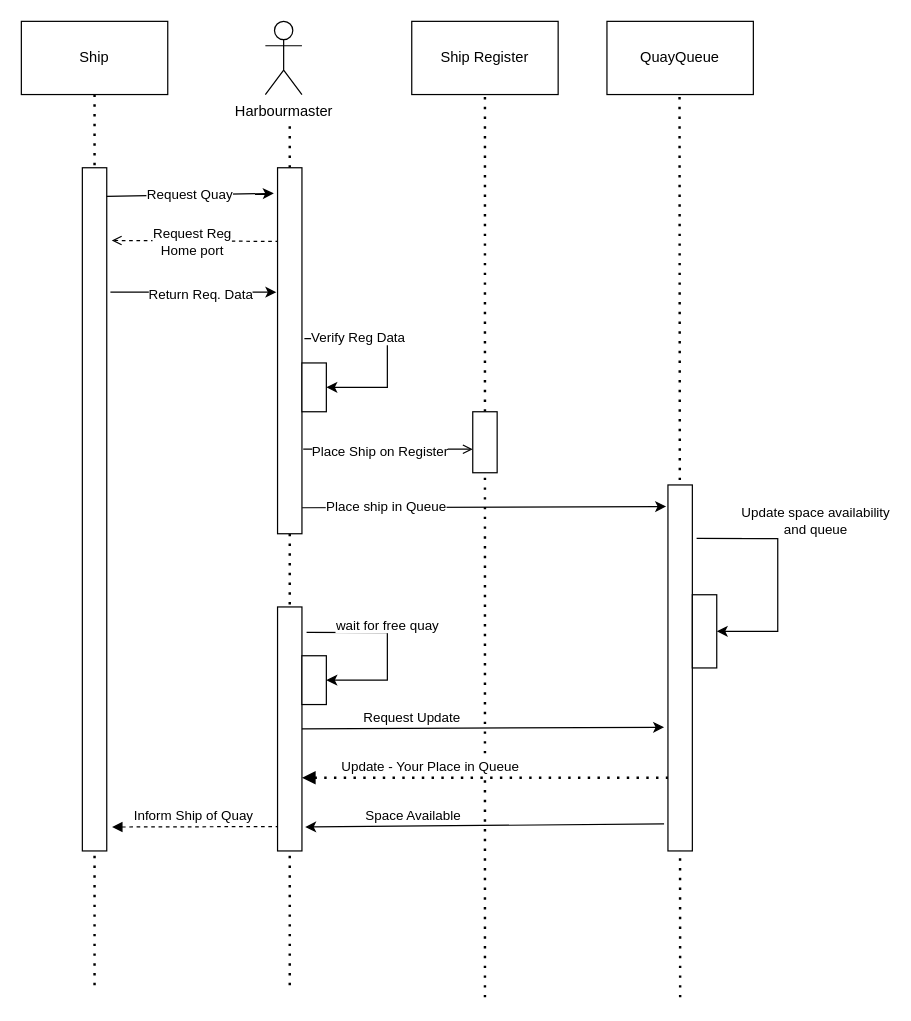
owenpmorgan/UML_diag_practice keeps this draw.io diagram as EE2010 Wk4 Sequence Diagram.drawio. Above is the earlier version. Source tidied: cells renumbered, new cells numbered last; positions are measured from the earlier drawing's top-left corner, leaving out a move shared by most shapes. Both pictures are drawn from the tidied source at 122%, with x=0, y=0 at pixel (21, 21).
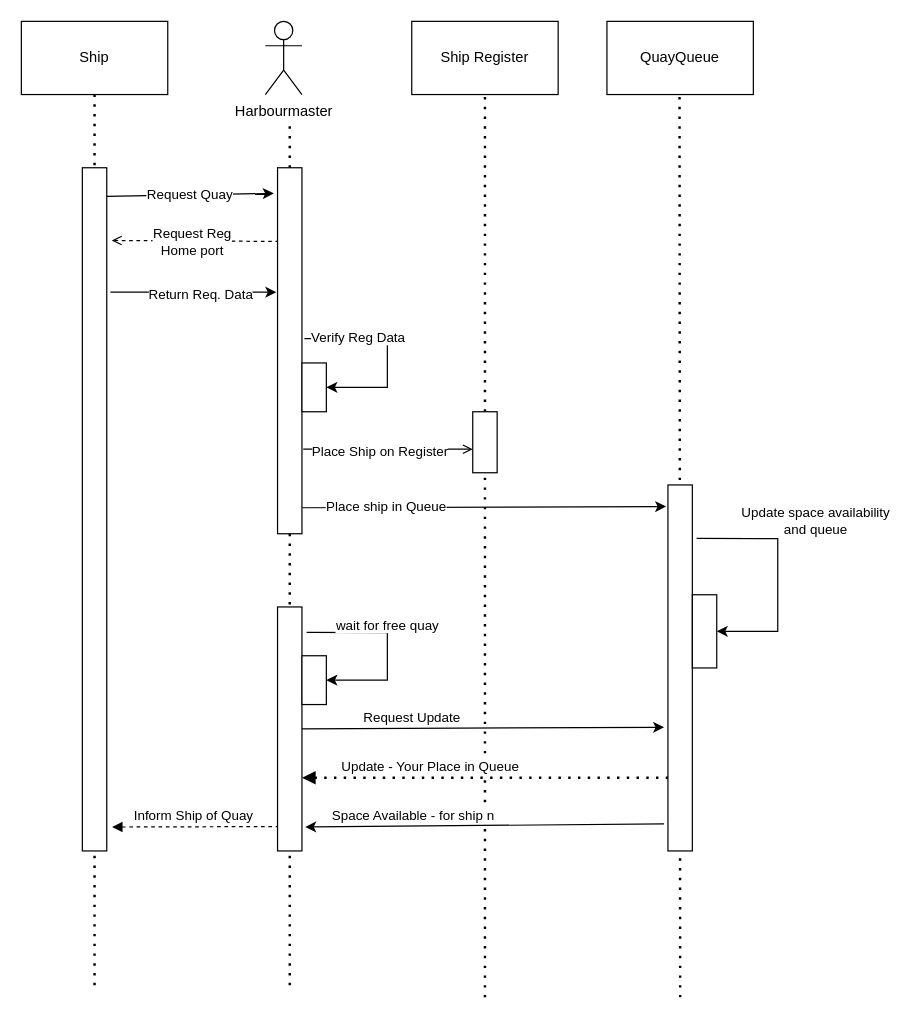
The same diagram, later.

The change refers to these unchanged cells:
```xml
<mxCell id="41" style="endArrow=classic;html=1;rounded=0;exitX=-0.158;exitY=0.926;exitDx=0;exitDy=0;exitPerimeter=0;entryX=1.133;entryY=0.902;entryDx=0;entryDy=0;entryPerimeter=0;" parent="1" edge="1" source="27" target="13">
  <mxGeometry relative="1" as="geometry" />
</mxCell>
```

What changed in the source:
```diff
@@
-    <mxCell id="42" value="Space Available" style="edgeLabel;html=1;align=center;verticalAlign=middle;" parent="41" vertex="1">
+    <mxCell id="42" value="Space Available - for ship n" style="edgeLabel;html=1;align=center;verticalAlign=middle;" parent="41" vertex="1">
       <mxGeometry x="0.3" relative="1" as="geometry">
         <mxPoint x="-15" y="-9" as="offset" />
       </mxGeometry>
     </mxCell>
```
